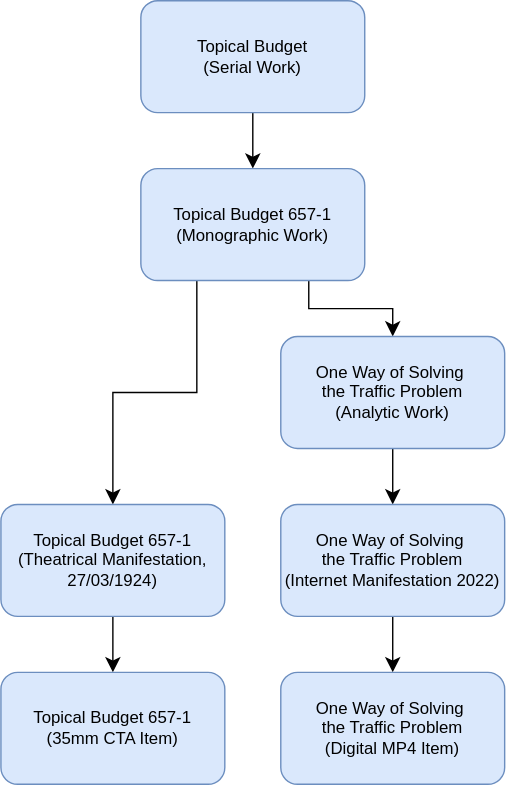
Above: markdown/diagrams/numb_14.drawio.svg in FIAF/fiaf-cataloguing-manual (draw.io), before the change. Source tidied: cells renumbered, new cells last; positions are measured from the earlier drawing's top-left corner, leaving out a move shared by most shapes. Its diagram source:
```xml
<mxGraphModel>
  <root>
    <mxCell id="0" />
    <mxCell id="1" parent="0" />
    <mxCell id="2" style="edgeStyle=none;curved=1;rounded=0;jettySize=auto;html=1;exitX=0.5;exitY=1;exitDx=0;exitDy=0;entryX=0.5;entryY=0;entryDx=0;entryDy=0;fontSize=12;startSize=8;endSize=8;" parent="1" edge="1" source="3" target="6">
      <mxGeometry relative="1" as="geometry" />
    </mxCell>
    <mxCell id="3" value="&lt;div&gt;Topical Budget&lt;/div&gt;(Serial Work)" style="rounded=1;whiteSpace=wrap;html=1;fillColor=#dae8fc;strokeColor=#6c8ebf;" parent="1" vertex="1">
      <mxGeometry x="100" width="160" height="80" as="geometry" />
    </mxCell>
    <mxCell id="4" style="edgeStyle=orthogonalEdgeStyle;rounded=0;jettySize=auto;html=1;exitX=0.75;exitY=1;exitDx=0;exitDy=0;entryX=0.5;entryY=0;entryDx=0;entryDy=0;fontSize=12;startSize=8;endSize=8;" parent="1" edge="1" source="6" target="8">
      <mxGeometry relative="1" as="geometry" />
    </mxCell>
    <mxCell id="5" style="edgeStyle=orthogonalEdgeStyle;rounded=0;jettySize=auto;html=1;exitX=0.25;exitY=1;exitDx=0;exitDy=0;entryX=0.5;entryY=0;entryDx=0;entryDy=0;fontSize=12;startSize=8;endSize=8;" parent="1" edge="1" source="6" target="13">
      <mxGeometry relative="1" as="geometry" />
    </mxCell>
    <mxCell id="6" value="&lt;div&gt;Topical Budget 657-1&lt;/div&gt;(Monographic Work)" style="rounded=1;whiteSpace=wrap;html=1;fillColor=#dae8fc;strokeColor=#6c8ebf;" parent="1" vertex="1">
      <mxGeometry x="100" y="120" width="160" height="80" as="geometry" />
    </mxCell>
    <mxCell id="7" style="edgeStyle=none;curved=1;rounded=0;jettySize=auto;html=1;exitX=0.5;exitY=1;exitDx=0;exitDy=0;entryX=0.5;entryY=0;entryDx=0;entryDy=0;fontSize=12;startSize=8;endSize=8;" parent="1" edge="1" source="8" target="10">
      <mxGeometry relative="1" as="geometry" />
    </mxCell>
    <mxCell id="8" value="&lt;div&gt;One Way of Solving&amp;nbsp;&lt;/div&gt;&lt;div&gt;the Traffic Problem&lt;/div&gt;(Analytic Work)" style="rounded=1;whiteSpace=wrap;html=1;fillColor=#dae8fc;strokeColor=#6c8ebf;" parent="1" vertex="1">
      <mxGeometry x="200" y="240" width="160" height="80" as="geometry" />
    </mxCell>
    <mxCell id="9" style="edgeStyle=none;curved=1;rounded=0;jettySize=auto;html=1;fontSize=12;startSize=8;endSize=8;" parent="1" edge="1" source="10" target="11">
      <mxGeometry relative="1" as="geometry" />
    </mxCell>
    <mxCell id="10" value="&lt;div&gt;One Way of Solving&amp;nbsp;&lt;/div&gt;&lt;div&gt;the Traffic Problem&lt;/div&gt;(Internet Manifestation 2022)" style="rounded=1;whiteSpace=wrap;html=1;fillColor=#dae8fc;strokeColor=#6c8ebf;" parent="1" vertex="1">
      <mxGeometry x="200" y="360" width="160" height="80" as="geometry" />
    </mxCell>
    <mxCell id="11" value="&lt;div&gt;One Way of Solving&amp;nbsp;&lt;/div&gt;&lt;div&gt;the Traffic Problem&lt;/div&gt;(Digital MP4 Item)" style="rounded=1;whiteSpace=wrap;html=1;fillColor=#dae8fc;strokeColor=#6c8ebf;" parent="1" vertex="1">
      <mxGeometry x="200" y="480" width="160" height="80" as="geometry" />
    </mxCell>
    <mxCell id="12" style="edgeStyle=none;curved=1;rounded=0;jettySize=auto;html=1;exitX=0.5;exitY=1;exitDx=0;exitDy=0;entryX=0.5;entryY=0;entryDx=0;entryDy=0;fontSize=12;startSize=8;endSize=8;" parent="1" edge="1" source="13" target="14">
      <mxGeometry relative="1" as="geometry" />
    </mxCell>
    <mxCell id="13" value="&lt;div&gt;Topical Budget 657-1&lt;/div&gt;(Theatrical Manifestation, 27/03/1924)" style="rounded=1;whiteSpace=wrap;html=1;fillColor=#dae8fc;strokeColor=#6c8ebf;" parent="1" vertex="1">
      <mxGeometry y="360" width="160" height="80" as="geometry" />
    </mxCell>
    <mxCell id="14" value="&lt;div&gt;Topical Budget 657-1&lt;/div&gt;(35mm CTA Item)" style="rounded=1;whiteSpace=wrap;html=1;fillColor=#dae8fc;strokeColor=#6c8ebf;" parent="1" vertex="1">
      <mxGeometry y="480" width="160" height="80" as="geometry" />
    </mxCell>
  </root>
</mxGraphModel>
```
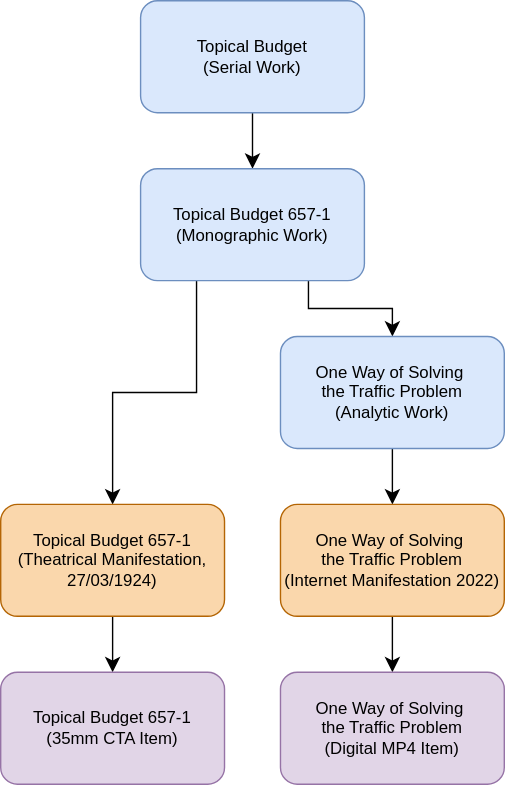
After the change.

What changed in the source:
```diff
@@ -26,19 +26,19 @@
     <mxCell id="9" style="edgeStyle=none;curved=1;rounded=0;jettySize=auto;html=1;fontSize=12;startSize=8;endSize=8;" parent="1" edge="1" source="10" target="11">
       <mxGeometry relative="1" as="geometry" />
     </mxCell>
-    <mxCell id="10" value="&lt;div&gt;One Way of Solving&amp;nbsp;&lt;/div&gt;&lt;div&gt;the Traffic Problem&lt;/div&gt;(Internet Manifestation 2022)" style="rounded=1;whiteSpace=wrap;html=1;fillColor=#dae8fc;strokeColor=#6c8ebf;" parent="1" vertex="1">
+    <mxCell id="10" value="&lt;div&gt;One Way of Solving&amp;nbsp;&lt;/div&gt;&lt;div&gt;the Traffic Problem&lt;/div&gt;(Internet Manifestation 2022)" style="rounded=1;whiteSpace=wrap;html=1;fillColor=#fad7ac;strokeColor=#b46504;" parent="1" vertex="1">
       <mxGeometry x="200" y="360" width="160" height="80" as="geometry" />
     </mxCell>
-    <mxCell id="11" value="&lt;div&gt;One Way of Solving&amp;nbsp;&lt;/div&gt;&lt;div&gt;the Traffic Problem&lt;/div&gt;(Digital MP4 Item)" style="rounded=1;whiteSpace=wrap;html=1;fillColor=#dae8fc;strokeColor=#6c8ebf;" parent="1" vertex="1">
+    <mxCell id="11" value="&lt;div&gt;One Way of Solving&amp;nbsp;&lt;/div&gt;&lt;div&gt;the Traffic Problem&lt;/div&gt;(Digital MP4 Item)" style="rounded=1;whiteSpace=wrap;html=1;fillColor=#e1d5e7;strokeColor=#9673a6;" parent="1" vertex="1">
       <mxGeometry x="200" y="480" width="160" height="80" as="geometry" />
     </mxCell>
     <mxCell id="12" style="edgeStyle=none;curved=1;rounded=0;jettySize=auto;html=1;exitX=0.5;exitY=1;exitDx=0;exitDy=0;entryX=0.5;entryY=0;entryDx=0;entryDy=0;fontSize=12;startSize=8;endSize=8;" parent="1" edge="1" source="13" target="14">
       <mxGeometry relative="1" as="geometry" />
     </mxCell>
-    <mxCell id="13" value="&lt;div&gt;Topical Budget 657-1&lt;/div&gt;(Theatrical Manifestation, 27/03/1924)" style="rounded=1;whiteSpace=wrap;html=1;fillColor=#dae8fc;strokeColor=#6c8ebf;" parent="1" vertex="1">
+    <mxCell id="13" value="&lt;div&gt;Topical Budget 657-1&lt;/div&gt;(Theatrical Manifestation, 27/03/1924)" style="rounded=1;whiteSpace=wrap;html=1;fillColor=#fad7ac;strokeColor=#b46504;" parent="1" vertex="1">
       <mxGeometry y="360" width="160" height="80" as="geometry" />
     </mxCell>
-    <mxCell id="14" value="&lt;div&gt;Topical Budget 657-1&lt;/div&gt;(35mm CTA Item)" style="rounded=1;whiteSpace=wrap;html=1;fillColor=#dae8fc;strokeColor=#6c8ebf;" parent="1" vertex="1">
+    <mxCell id="14" value="&lt;div&gt;Topical Budget 657-1&lt;/div&gt;(35mm CTA Item)" style="rounded=1;whiteSpace=wrap;html=1;fillColor=#e1d5e7;strokeColor=#9673a6;" parent="1" vertex="1">
       <mxGeometry y="480" width="160" height="80" as="geometry" />
     </mxCell>
   </root>
```
